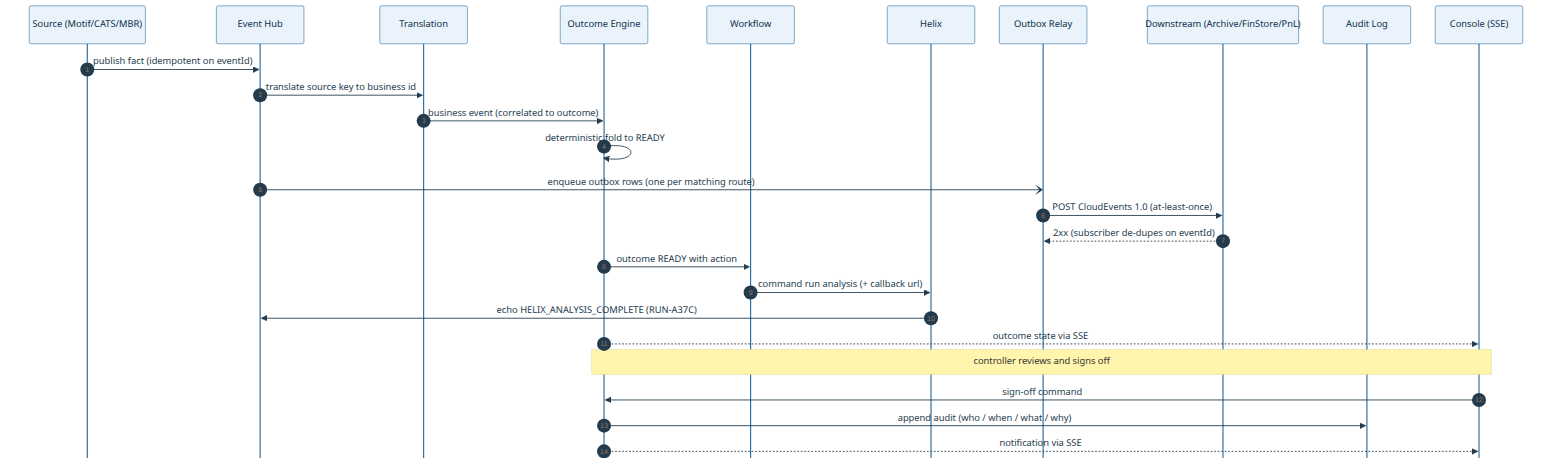
Above: docs/exec/diagrams/03-event-sequence.png in praveen2025work/onefinuxdemo (Mermaid), before the change. Its source is kept beside it as docs/exec/diagrams/03-event-sequence.mmd. Its diagram source:
```mermaid
sequenceDiagram
  autonumber
  participant SRC as Source (Motif/CATS/MBR)
  participant HUB as Event Hub
  participant XL as Translation
  participant ENG as Outcome Engine
  participant WF as Workflow
  participant HX as Helix
  participant OBX as Outbox Relay
  participant DWN as Downstream (Archive/FinStore/PnL)
  participant AUD as Audit Log
  participant UX as Console (SSE)

  SRC->>HUB: publish fact (idempotent on eventId)
  HUB->>XL: translate source key to business id
  XL->>ENG: business event (correlated to outcome)
  ENG->>ENG: deterministic fold to READY
  HUB-)OBX: enqueue outbox rows (one per matching route)
  OBX->>DWN: POST CloudEvents 1.0 (at-least-once)
  DWN-->>OBX: 2xx (subscriber de-dupes on eventId)
  ENG->>WF: outcome READY with action
  WF->>HX: command run analysis (+ callback url)
  HX->>HUB: echo HELIX_ANALYSIS_COMPLETE (RUN-A37C)
  ENG-->>UX: outcome state via SSE
  Note over UX,ENG: controller reviews and signs off
  UX->>ENG: sign-off command
  ENG->>AUD: append audit (who / when / what / why)
  ENG-->>UX: notification via SSE
```
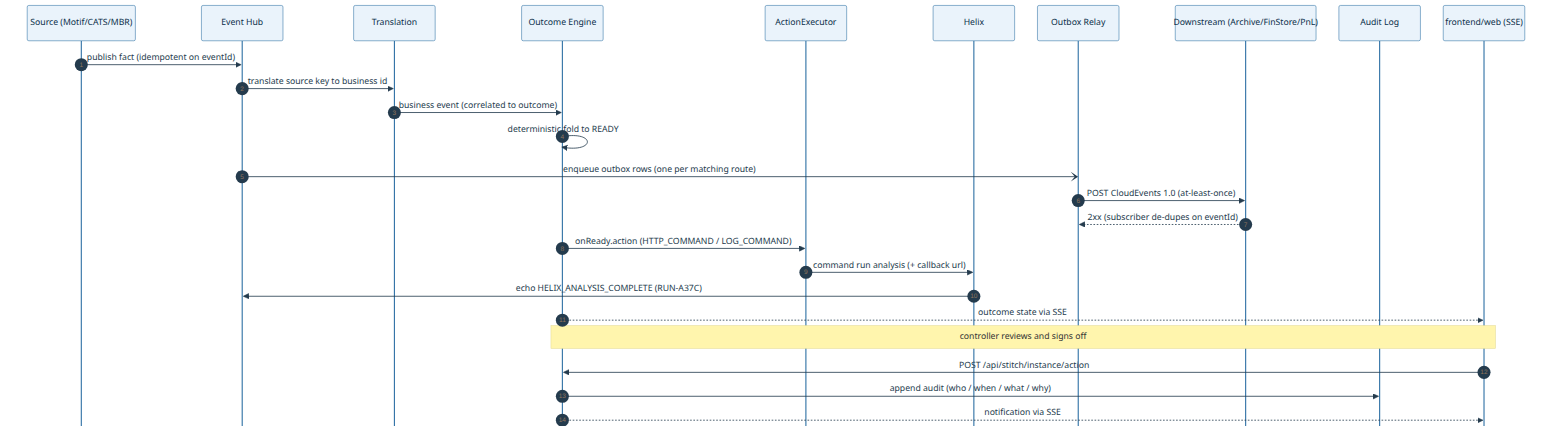
After the commit.

Change to the diagram source:
```diff
@@ -4,12 +4,12 @@
   participant HUB as Event Hub
   participant XL as Translation
   participant ENG as Outcome Engine
-  participant WF as Workflow
+  participant WF as ActionExecutor
   participant HX as Helix
   participant OBX as Outbox Relay
   participant DWN as Downstream (Archive/FinStore/PnL)
   participant AUD as Audit Log
-  participant UX as Console (SSE)
+  participant UX as frontend/web (SSE)
 
   SRC->>HUB: publish fact (idempotent on eventId)
   HUB->>XL: translate source key to business id
@@ -18,11 +18,11 @@
   HUB-)OBX: enqueue outbox rows (one per matching route)
   OBX->>DWN: POST CloudEvents 1.0 (at-least-once)
   DWN-->>OBX: 2xx (subscriber de-dupes on eventId)
-  ENG->>WF: outcome READY with action
+  ENG->>WF: onReady.action (HTTP_COMMAND / LOG_COMMAND)
   WF->>HX: command run analysis (+ callback url)
   HX->>HUB: echo HELIX_ANALYSIS_COMPLETE (RUN-A37C)
   ENG-->>UX: outcome state via SSE
   Note over UX,ENG: controller reviews and signs off
-  UX->>ENG: sign-off command
+  UX->>ENG: POST /api/stitch/instance/action
   ENG->>AUD: append audit (who / when / what / why)
   ENG-->>UX: notification via SSE
```
